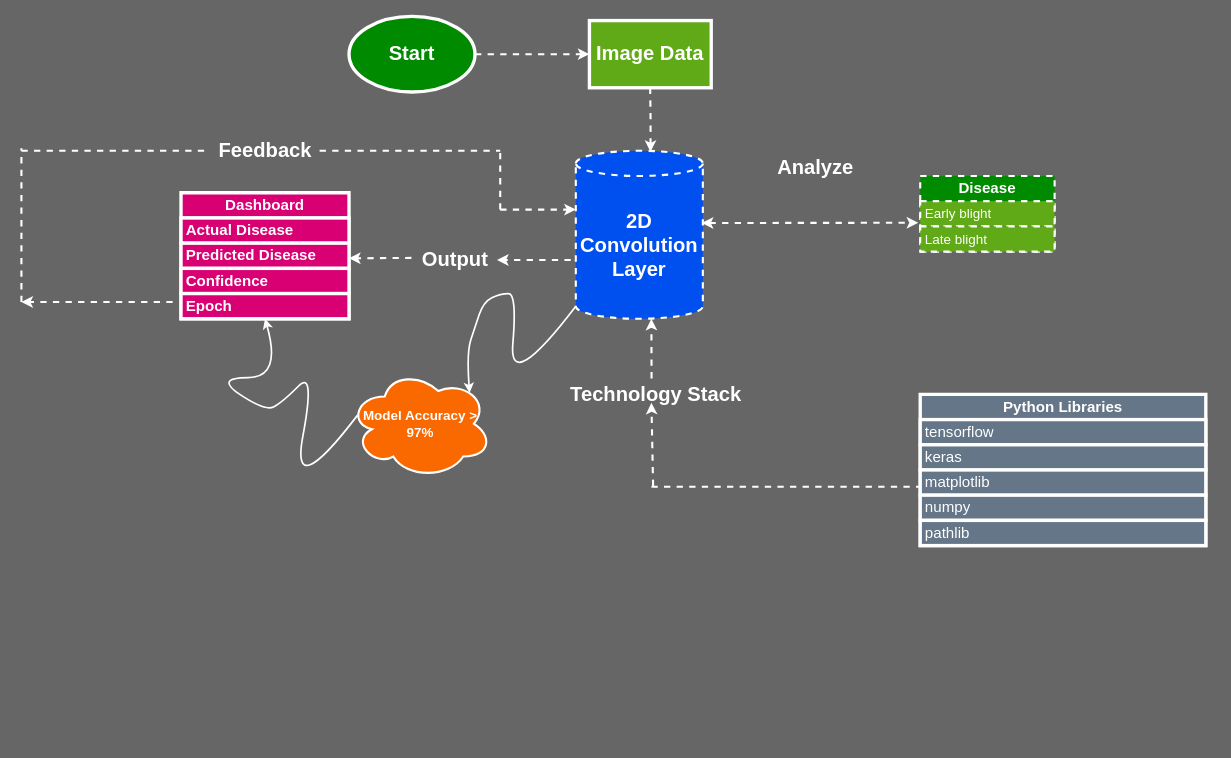
This is CNN Arch-Disease.drawio from sanils2002/Potato-Leaf-Disease, a draw.io file, before an edit. Source tidied: cells renumbered, new cells numbered last; positions are measured from the earlier drawing's top-left corner, leaving out a move shared by most shapes. Both pictures are drawn from the tidied source at 84%, with x=0, y=0 at pixel (21, 16).
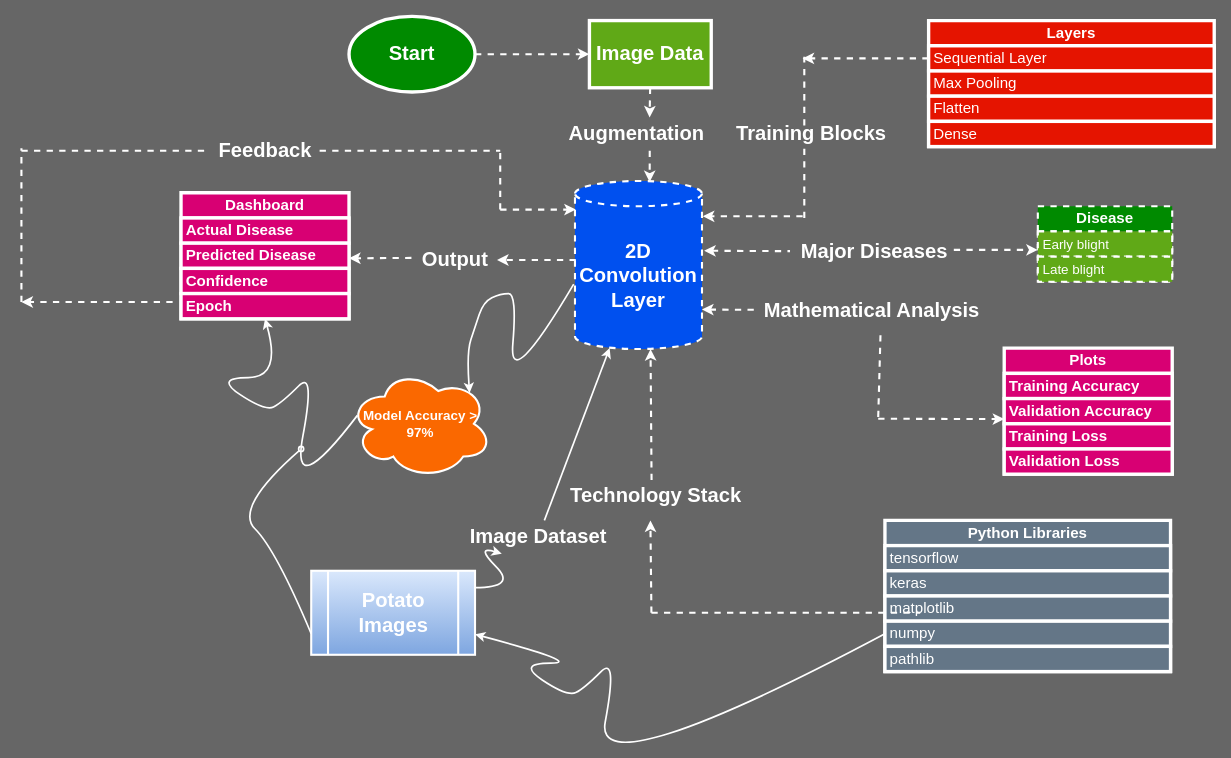
After the change.

The change refers to these unchanged cells:
```xml
<mxCell id="4" value="&lt;font style=&quot;font-size: 16px;&quot; color=&quot;#ffffff&quot;&gt;Early blight&lt;/font&gt;" style="text;strokeColor=#FFFFFF;fillColor=#60a917;align=left;verticalAlign=middle;spacingLeft=4;spacingRight=4;overflow=hidden;points=[[0,0.5],[1,0.5]];portConstraint=eastwest;whiteSpace=wrap;html=1;fontColor=#ffffff;strokeWidth=2.5;dashed=1;" parent="3" vertex="1">
  <mxGeometry y="30" width="160" height="30" as="geometry" />
</mxCell>
<mxCell id="33" value="&lt;font style=&quot;font-size: 16px;&quot; color=&quot;#ffffff&quot;&gt;&lt;b&gt;Model Accuracy &amp;gt; 97%&lt;/b&gt;&lt;/font&gt;" style="ellipse;shape=cloud;whiteSpace=wrap;html=1;fillColor=#fa6800;fontColor=#000000;strokeColor=#FFFFFF;strokeWidth=2.5;" parent="1" vertex="1">
  <mxGeometry x="390" y="420" width="170" height="130" as="geometry" />
</mxCell>
<mxCell id="37" value="&lt;font color=&quot;#ffffff&quot; style=&quot;font-size: 24px;&quot;&gt;&lt;b&gt;Output&lt;/b&gt;&lt;/font&gt;" style="text;html=1;align=center;verticalAlign=middle;points=[];strokeColor=none;fillColor=none;" parent="1" vertex="1">
  <mxGeometry x="466" y="270" width="100" height="40" as="geometry" />
</mxCell>
```

The edit, as a diff of the source:
```diff
@@
     <mxCell id="2" value="&lt;b&gt;&lt;font style=&quot;font-size: 24px;&quot;&gt;2D Convolution Layer&lt;/font&gt;&lt;/b&gt;" style="shape=cylinder3;whiteSpace=wrap;html=1;boundedLbl=1;backgroundOutline=1;size=15;fillColor=#0050ef;fontColor=#ffffff;strokeColor=#FFFFFF;strokeWidth=2.5;dashed=1;" parent="1" vertex="1">
-      <mxGeometry x="660" y="160" width="151.2" height="200" as="geometry" />
+      <mxGeometry x="659" y="196" width="151.2" height="200" as="geometry" />
     </mxCell>
     <mxCell id="3" value="&lt;b&gt;&lt;font style=&quot;font-size: 18px;&quot;&gt;Disease&lt;/font&gt;&lt;/b&gt;" style="swimlane;fontStyle=0;horizontal=1;startSize=30;whiteSpace=wrap;html=1;fillColor=#008a00;fontColor=#ffffff;strokeColor=#FFFFFF;strokeWidth=2.5;dashed=1;" parent="1" vertex="1">
-      <mxGeometry x="1070" y="190" width="160" height="90" as="geometry" />
+      <mxGeometry x="1210" y="226" width="160" height="90" as="geometry" />
     </mxCell>
@@
     <mxCell id="6" value="&lt;font style=&quot;font-size: 18px;&quot;&gt;&lt;b&gt;Python Libraries&lt;/b&gt;&lt;/font&gt;" style="swimlane;fontStyle=0;horizontal=1;startSize=30;whiteSpace=wrap;html=1;fillColor=#647687;strokeColor=#FFFFFF;strokeWidth=4;fontColor=#ffffff;" parent="1" vertex="1">
-      <mxGeometry x="1070" y="450" width="340" height="180" as="geometry" />
+      <mxGeometry x="1028" y="600" width="340" height="180" as="geometry" />
     </mxCell>
@@
     <mxCell id="13" style="endArrow=none;html=1;rounded=0;strokeColor=#FFFFFF;strokeWidth=2.5;dashed=1;" parent="1" edge="1">
       <mxGeometry relative="1" as="geometry">
-        <mxPoint x="750" y="560" as="sourcePoint" />
-        <mxPoint x="1070" y="560" as="targetPoint" />
+        <mxPoint x="750" y="710" as="sourcePoint" />
+        <mxPoint x="1070" y="710" as="targetPoint" />
       </mxGeometry>
     </mxCell>
     <mxCell id="14" value="&lt;font color=&quot;#ffffff&quot; style=&quot;font-size: 24px;&quot;&gt;&lt;b&gt;Technology Stack&lt;/b&gt;&lt;/font&gt;" style="text;html=1;align=center;verticalAlign=middle;points=[];strokeColor=none;fillColor=none;" parent="1" vertex="1">
-      <mxGeometry x="640" y="430" width="230" height="40" as="geometry" />
+      <mxGeometry x="640" y="551" width="230" height="40" as="geometry" />
     </mxCell>
-    <mxCell id="15" style="endArrow=classic;html=1;rounded=0;strokeWidth=2.5;strokeColor=#FFFFFF;entryX=0.474;entryY=1.025;entryDx=0;entryDy=0;entryPerimeter=0;dashed=1;" parent="1" edge="1">
+    <mxCell id="15" style="endArrow=classic;html=1;rounded=0;strokeWidth=2.5;strokeColor=#FFFFFF;dashed=1;entryX=0.473;entryY=1.227;entryDx=0;entryDy=0;entryPerimeter=0;" parent="1" edge="1" target="14">
       <mxGeometry relative="1" as="geometry">
-        <mxPoint x="752" y="559" as="sourcePoint" />
-        <mxPoint x="750" y="460" as="targetPoint" />
+        <mxPoint x="750" y="710" as="sourcePoint" />
       </mxGeometry>
     </mxCell>
@@
-    <mxCell id="19" style="edgeStyle=orthogonalEdgeStyle;rounded=0;jettySize=auto;html=1;exitX=0.5;exitY=1;exitDx=0;exitDy=0;strokeWidth=2.5;strokeColor=#FFFFFF;dashed=1;entryX=0.588;entryY=0.006;entryDx=0;entryDy=0;entryPerimeter=0;" parent="1" edge="1" target="2">
+    <mxCell id="19" style="edgeStyle=orthogonalEdgeStyle;rounded=0;jettySize=auto;html=1;strokeWidth=2.5;strokeColor=#FFFFFF;dashed=1;entryX=0.588;entryY=0.006;entryDx=0;entryDy=0;entryPerimeter=0;" parent="1" edge="1" target="2">
       <mxGeometry relative="1" as="geometry">
-        <mxPoint x="748.5" y="85" as="sourcePoint" />
+        <mxPoint x="748" y="160" as="sourcePoint" />
       </mxGeometry>
     </mxCell>
-    <mxCell id="20" style="endArrow=classic;startArrow=classic;html=1;rounded=0;strokeWidth=2.5;strokeColor=#FFFFFF;dashed=1;entryX=-0.015;entryY=0.856;entryDx=0;entryDy=0;entryPerimeter=0;" parent="1" edge="1" target="4">
+    <mxCell id="20" style="endArrow=classic;startArrow=none;html=1;rounded=0;strokeWidth=2.5;strokeColor=#FFFFFF;dashed=1;startFill=0;" parent="1" edge="1">
       <mxGeometry relative="1" as="geometry">
-        <mxPoint x="810" y="246" as="sourcePoint" />
+        <mxPoint x="1110" y="278" as="sourcePoint" />
+        <mxPoint x="1210" y="278" as="targetPoint" />
       </mxGeometry>
     </mxCell>
@@
-    <mxCell id="34" style="curved=1;endArrow=classic;html=1;rounded=0;exitX=0;exitY=1;exitDx=0;exitDy=-15;exitPerimeter=0;entryX=0.844;entryY=0.217;entryDx=0;entryDy=0;entryPerimeter=0;strokeColor=#FFFFFF;strokeWidth=2;" parent="1" edge="1" source="2" target="33">
+    <mxCell id="34" style="curved=1;endArrow=classic;html=1;rounded=0;exitX=-0.01;exitY=0.614;exitDx=0;exitDy=0;exitPerimeter=0;entryX=0.844;entryY=0.217;entryDx=0;entryDy=0;entryPerimeter=0;strokeColor=#FFFFFF;strokeWidth=2;" parent="1" edge="1" source="2" target="33">
       <mxGeometry relative="1" as="geometry">
         <Array as="points">
           <mxPoint x="580" y="450" />
           <mxPoint x="590" y="330" />
           <mxPoint x="570" y="330" />
           <mxPoint x="550" y="340" />
           <mxPoint x="540" y="370" />
           <mxPoint x="530" y="400" />
         </Array>
       </mxGeometry>
     </mxCell>
@@
-    <mxCell id="36" style="endArrow=classic;html=1;rounded=0;exitX=-0.04;exitY=0.65;exitDx=0;exitDy=0;exitPerimeter=0;strokeWidth=2.5;strokeColor=#FFFFFF;dashed=1;entryX=1.002;entryY=0.5;entryDx=0;entryDy=0;entryPerimeter=0;" parent="1" edge="1" source="2" target="37">
-      <mxGeometry relative="1" as="geometry" />
+    <mxCell id="36" style="endArrow=classic;html=1;rounded=0;strokeWidth=2.5;strokeColor=#FFFFFF;dashed=1;entryX=1.002;entryY=0.5;entryDx=0;entryDy=0;entryPerimeter=0;" parent="1" edge="1" target="37">
+      <mxGeometry relative="1" as="geometry">
+        <mxPoint x="660" y="290" as="sourcePoint" />
+      </mxGeometry>
     </mxCell>
@@
-    <mxCell id="38" value="&lt;font color=&quot;#ffffff&quot; style=&quot;font-size: 24px;&quot;&gt;&lt;b&gt;Analyze&lt;/b&gt;&lt;/font&gt;" style="text;html=1;align=center;verticalAlign=middle;strokeColor=none;fillColor=none;" parent="1" vertex="1">
-      <mxGeometry x="890" y="160" width="110" height="40" as="geometry" />
-    </mxCell>
@@
+    <mxCell id="40" value="&lt;span style=&quot;font-size: 18px;&quot;&gt;&lt;b&gt;Layers&lt;/b&gt;&lt;/span&gt;" style="swimlane;fontStyle=0;horizontal=1;startSize=30;whiteSpace=wrap;html=1;fillColor=#e51400;strokeColor=#FFFFFF;strokeWidth=4;fontColor=#ffffff;" parent="1" vertex="1">
+      <mxGeometry x="1080" y="5" width="340" height="150" as="geometry" />
+    </mxCell>
+    <mxCell id="41" value="&lt;font style=&quot;font-size: 18px;&quot;&gt;Sequential Layer&lt;/font&gt;" style="text;strokeColor=#FFFFFF;fillColor=#e51400;align=left;verticalAlign=middle;spacingLeft=4;spacingRight=4;overflow=hidden;points=[[0,0.5],[1,0.5]];portConstraint=eastwest;whiteSpace=wrap;html=1;fontColor=#ffffff;strokeWidth=4;" parent="40" vertex="1">
+      <mxGeometry y="30" width="340" height="30" as="geometry" />
+    </mxCell>
+    <mxCell id="42" value="&lt;font style=&quot;font-size: 18px;&quot;&gt;Max Pooling&lt;/font&gt;" style="text;strokeColor=#FFFFFF;fillColor=#e51400;align=left;verticalAlign=middle;spacingLeft=4;spacingRight=4;overflow=hidden;whiteSpace=wrap;html=1;fontColor=#ffffff;strokeWidth=4;" parent="40" vertex="1">
+      <mxGeometry y="60" width="340" height="30" as="geometry" />
+    </mxCell>
+    <mxCell id="43" value="&lt;font style=&quot;font-size: 18px;&quot;&gt;Flatten&lt;/font&gt;" style="text;strokeColor=#FFFFFF;fillColor=#e51400;align=left;verticalAlign=middle;spacingLeft=4;spacingRight=4;overflow=hidden;whiteSpace=wrap;html=1;fontColor=#ffffff;strokeWidth=4;" parent="40" vertex="1">
+      <mxGeometry y="90" width="340" height="30" as="geometry" />
+    </mxCell>
+    <mxCell id="44" value="&lt;font style=&quot;font-size: 18px;&quot;&gt;Dense&lt;/font&gt;" style="text;strokeColor=#FFFFFF;fillColor=#e51400;align=left;verticalAlign=middle;spacingLeft=4;spacingRight=4;overflow=hidden;whiteSpace=wrap;html=1;fontColor=#ffffff;strokeWidth=4;" parent="40" vertex="1">
+      <mxGeometry y="120" width="340" height="30" as="geometry" />
+    </mxCell>
+    <mxCell id="45" style="endArrow=classic;html=1;rounded=0;strokeWidth=2.5;strokeColor=#FFFFFF;dashed=1;" parent="1" edge="1">
+      <mxGeometry relative="1" as="geometry">
+        <mxPoint x="930" y="238" as="sourcePoint" />
+        <mxPoint x="811.2" y="238" as="targetPoint" />
+      </mxGeometry>
+    </mxCell>
+    <mxCell id="46" style="endArrow=classic;html=1;rounded=0;strokeWidth=2.5;strokeColor=#FFFFFF;dashed=1;exitX=0;exitY=0.5;exitDx=0;exitDy=0;" parent="1" edge="1" source="41">
+      <mxGeometry relative="1" as="geometry">
+        <mxPoint x="930" y="50" as="targetPoint" />
+      </mxGeometry>
+    </mxCell>
+    <mxCell id="47" value="&lt;font color=&quot;#ffffff&quot; style=&quot;font-size: 24px;&quot;&gt;&lt;b&gt;Training Blocks&lt;/b&gt;&lt;/font&gt;" style="text;html=1;align=center;verticalAlign=middle;strokeColor=none;fillColor=none;" parent="1" vertex="1">
+      <mxGeometry x="840" y="120" width="200" height="40" as="geometry" />
+    </mxCell>
+    <mxCell id="48" style="endArrow=none;html=1;rounded=0;strokeWidth=2.5;strokeColor=#FFFFFF;dashed=1;" parent="1" edge="1">
+      <mxGeometry relative="1" as="geometry">
+        <mxPoint x="932" y="240" as="sourcePoint" />
+        <mxPoint x="932" y="150" as="targetPoint" />
+      </mxGeometry>
+    </mxCell>
+    <mxCell id="49" style="endArrow=none;html=1;rounded=0;strokeWidth=2.5;strokeColor=#FFFFFF;dashed=1;" parent="1" edge="1">
+      <mxGeometry relative="1" as="geometry">
+        <mxPoint x="932" y="130" as="sourcePoint" />
+        <mxPoint x="932" y="48" as="targetPoint" />
+      </mxGeometry>
+    </mxCell>
+    <mxCell id="50" style="edgeStyle=orthogonalEdgeStyle;rounded=0;jettySize=auto;html=1;exitX=0.5;exitY=1;exitDx=0;exitDy=0;strokeWidth=2.5;strokeColor=#FFFFFF;dashed=1;entryX=0.588;entryY=0.006;entryDx=0;entryDy=0;entryPerimeter=0;" parent="1" edge="1" target="51">
+      <mxGeometry relative="1" as="geometry">
+        <mxPoint x="748.5" y="85" as="sourcePoint" />
+      </mxGeometry>
+    </mxCell>
+    <mxCell id="51" value="&lt;font color=&quot;#ffffff&quot; style=&quot;font-size: 24px;&quot;&gt;&lt;b&gt;Augmentation&lt;/b&gt;&lt;/font&gt;" style="text;html=1;align=center;verticalAlign=middle;points=[];strokeColor=none;fillColor=none;" parent="1" vertex="1">
+      <mxGeometry x="642" y="120" width="180" height="40" as="geometry" />
+    </mxCell>
+    <mxCell id="52" value="&lt;font style=&quot;font-size: 18px;&quot;&gt;&lt;b&gt;Plots&lt;/b&gt;&lt;/font&gt;" style="swimlane;fontStyle=0;horizontal=1;startSize=30;whiteSpace=wrap;html=1;fillColor=#d80073;strokeColor=#FFFFFF;strokeWidth=4;fontColor=#ffffff;" parent="1" vertex="1">
+      <mxGeometry x="1170" y="395" width="200" height="150" as="geometry" />
+    </mxCell>
+    <mxCell id="53" value="&lt;font style=&quot;font-size: 18px;&quot;&gt;&lt;b&gt;Training Accuracy&lt;/b&gt;&lt;/font&gt;" style="text;strokeColor=#FFFFFF;fillColor=#d80073;align=left;verticalAlign=middle;spacingLeft=4;spacingRight=4;overflow=hidden;whiteSpace=wrap;html=1;strokeWidth=4;fontColor=#ffffff;" parent="52" vertex="1">
+      <mxGeometry y="30" width="200" height="30" as="geometry" />
+    </mxCell>
+    <mxCell id="54" value="&lt;font style=&quot;font-size: 18px;&quot;&gt;&lt;b&gt;Validation Accuracy&lt;/b&gt;&lt;/font&gt;" style="text;strokeColor=#FFFFFF;fillColor=#d80073;align=left;verticalAlign=middle;spacingLeft=4;spacingRight=4;overflow=hidden;whiteSpace=wrap;html=1;fontColor=#ffffff;strokeWidth=4;" parent="52" vertex="1">
+      <mxGeometry y="60" width="200" height="30" as="geometry" />
+    </mxCell>
+    <mxCell id="55" value="&lt;font style=&quot;font-size: 18px;&quot;&gt;&lt;b&gt;Training Loss&lt;/b&gt;&lt;/font&gt;" style="text;strokeColor=#FFFFFF;fillColor=#d80073;align=left;verticalAlign=middle;spacingLeft=4;spacingRight=4;overflow=hidden;whiteSpace=wrap;html=1;fontColor=#ffffff;strokeWidth=4;" parent="52" vertex="1">
+      <mxGeometry y="90" width="200" height="30" as="geometry" />
+    </mxCell>
+    <mxCell id="56" value="&lt;span style=&quot;font-size: 18px;&quot;&gt;&lt;b&gt;Validation Loss&lt;/b&gt;&lt;/span&gt;" style="text;strokeColor=#FFFFFF;fillColor=#d80073;align=left;verticalAlign=middle;spacingLeft=4;spacingRight=4;overflow=hidden;whiteSpace=wrap;html=1;fontColor=#ffffff;strokeWidth=4;" parent="52" vertex="1">
+      <mxGeometry y="120" width="200" height="30" as="geometry" />
+    </mxCell>
+    <mxCell id="57" style="endArrow=none;startArrow=classic;html=1;rounded=0;strokeWidth=2.5;strokeColor=#FFFFFF;dashed=1;exitX=1.017;exitY=0.415;exitDx=0;exitDy=0;exitPerimeter=0;endFill=0;" parent="1" edge="1" source="2" target="58">
+      <mxGeometry relative="1" as="geometry" />
+    </mxCell>
+    <mxCell id="58" value="&lt;font color=&quot;#ffffff&quot; style=&quot;font-size: 24px;&quot;&gt;&lt;b&gt;Major Diseases&lt;/b&gt;&lt;/font&gt;" style="text;html=1;align=center;verticalAlign=middle;points=[];strokeColor=none;fillColor=none;" parent="1" vertex="1">
+      <mxGeometry x="915" y="260" width="200" height="40" as="geometry" />
+    </mxCell>
+    <mxCell id="59" style="endArrow=classic;startArrow=none;html=1;rounded=0;strokeWidth=2.5;strokeColor=#FFFFFF;dashed=1;startFill=0;" parent="1" edge="1">
+      <mxGeometry relative="1" as="geometry">
+        <mxPoint x="1020" y="479" as="sourcePoint" />
+        <mxPoint x="1170" y="479.4" as="targetPoint" />
+      </mxGeometry>
+    </mxCell>
+    <mxCell id="60" style="endArrow=none;startArrow=classic;html=1;rounded=0;strokeWidth=2.5;strokeColor=#FFFFFF;dashed=1;exitX=1.017;exitY=0.415;exitDx=0;exitDy=0;exitPerimeter=0;endFill=0;" parent="1" edge="1" target="61">
+      <mxGeometry relative="1" as="geometry">
+        <mxPoint x="810.2" y="349" as="sourcePoint" />
+      </mxGeometry>
+    </mxCell>
+    <mxCell id="61" value="&lt;font color=&quot;#ffffff&quot; style=&quot;font-size: 24px;&quot;&gt;&lt;b&gt;Mathematical Analysis&lt;/b&gt;&lt;/font&gt;" style="text;html=1;align=center;verticalAlign=middle;points=[];strokeColor=none;fillColor=none;" parent="1" vertex="1">
+      <mxGeometry x="872.2" y="330" width="280" height="40" as="geometry" />
+    </mxCell>
+    <mxCell id="62" style="endArrow=none;html=1;rounded=0;strokeWidth=2.5;strokeColor=#FFFFFF;dashed=1;entryX=0.538;entryY=1.1;entryDx=0;entryDy=0;entryPerimeter=0;" parent="1" edge="1" target="61">
+      <mxGeometry relative="1" as="geometry">
+        <mxPoint x="1020" y="477" as="sourcePoint" />
+      </mxGeometry>
+    </mxCell>
+    <mxCell id="63" value="&lt;font style=&quot;font-size: 24px;&quot; color=&quot;#ffffff&quot;&gt;&lt;b&gt;Potato Images&lt;/b&gt;&lt;/font&gt;" style="shape=process;whiteSpace=wrap;html=1;backgroundOutline=1;fillColor=#dae8fc;strokeColor=#FFFFFF;strokeWidth=2.5;gradientColor=#7ea6e0;" parent="1" vertex="1">
+      <mxGeometry x="345" y="660" width="195" height="100" as="geometry" />
+    </mxCell>
+    <mxCell id="64" style="curved=1;endArrow=classic;html=1;rounded=0;entryX=0.273;entryY=0.994;entryDx=0;entryDy=0;entryPerimeter=0;strokeColor=#FFFFFF;strokeWidth=2;" parent="1" edge="1" source="68" target="2">
+      <mxGeometry relative="1" as="geometry" />
+    </mxCell>
+    <mxCell id="65" style="curved=1;endArrow=classic;html=1;rounded=0;exitX=0;exitY=0.75;exitDx=0;exitDy=0;strokeColor=#FFFFFF;strokeWidth=2;" parent="1" edge="1" source="6" target="63">
+      <mxGeometry relative="1" as="geometry">
+        <Array as="points">
+          <mxPoint x="680" y="920" />
+          <mxPoint x="710" y="760" />
+          <mxPoint x="670" y="800" />
+          <mxPoint x="650" y="810" />
+          <mxPoint x="590" y="770" />
+          <mxPoint x="670" y="770" />
+        </Array>
+      </mxGeometry>
+    </mxCell>
+    <mxCell id="66" style="curved=1;endArrow=oval;html=1;rounded=0;endFill=0;exitX=0;exitY=0.75;exitDx=0;exitDy=0;strokeWidth=2;strokeColor=#FFFFFF;" parent="1" edge="1" source="63">
+      <mxGeometry relative="1" as="geometry">
+        <mxPoint x="333" y="515" as="targetPoint" />
+        <Array as="points">
+          <mxPoint x="303" y="635" />
+          <mxPoint x="253" y="585" />
+        </Array>
+      </mxGeometry>
+    </mxCell>
+    <mxCell id="67" style="curved=1;endArrow=classic;html=1;rounded=0;entryX=0.273;entryY=0.994;entryDx=0;entryDy=0;entryPerimeter=0;strokeColor=#FFFFFF;strokeWidth=2;" parent="1" edge="1" target="68">
+      <mxGeometry relative="1" as="geometry">
+        <mxPoint x="540" y="680" as="sourcePoint" />
+        <Array as="points">
+          <mxPoint x="590" y="680" />
+          <mxPoint x="540" y="630" />
+        </Array>
+      </mxGeometry>
+    </mxCell>
+    <mxCell id="68" value="&lt;font color=&quot;#ffffff&quot; style=&quot;font-size: 24px;&quot;&gt;&lt;b&gt;Image Dataset&lt;/b&gt;&lt;/font&gt;" style="text;html=1;align=center;verticalAlign=middle;points=[];strokeColor=none;fillColor=none;" parent="1" vertex="1">
+      <mxGeometry x="520" y="600" width="190" height="40" as="geometry" />
+    </mxCell>
```
